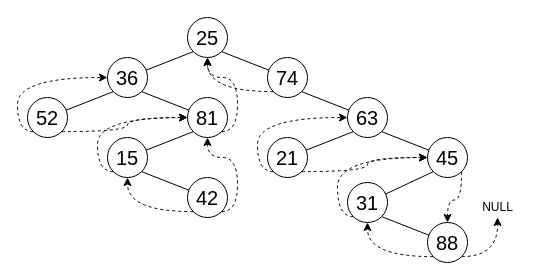
Before: Pics/0602.drawio in m66rk9t/algorithms, a draw.io diagram. Source tidied: cells renumbered, new cells numbered last; positions are measured from the earlier drawing's top-left corner, leaving out a move shared by most shapes. Both pictures are drawn from the tidied source at 100%, with x=0, y=0 at pixel (17, 17).
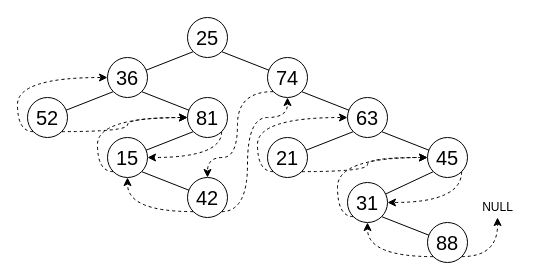
Above is the later version.

The change refers to these unchanged cells:
```xml
<mxCell id="4" value="25" style="ellipse;whiteSpace=wrap;html=1;fontSize=20;" parent="1" vertex="1">
  <mxGeometry x="170" width="40" height="40" as="geometry" />
</mxCell>
<mxCell id="10" value="74" style="ellipse;whiteSpace=wrap;html=1;fontSize=20;" parent="1" vertex="1">
  <mxGeometry x="250" y="40" width="40" height="40" as="geometry" />
</mxCell>
<mxCell id="16" value="81" style="ellipse;whiteSpace=wrap;html=1;fontSize=20;" parent="1" vertex="1">
  <mxGeometry x="170" y="80" width="40" height="40" as="geometry" />
</mxCell>
<mxCell id="19" value="15" style="ellipse;whiteSpace=wrap;html=1;fontSize=20;" parent="1" vertex="1">
  <mxGeometry x="90" y="120" width="40" height="40" as="geometry" />
</mxCell>
<mxCell id="22" value="42" style="ellipse;whiteSpace=wrap;html=1;fontSize=20;" parent="1" vertex="1">
  <mxGeometry x="170" y="160" width="40" height="40" as="geometry" />
</mxCell>
<mxCell id="28" value="45" style="ellipse;whiteSpace=wrap;html=1;fontSize=20;" parent="1" vertex="1">
  <mxGeometry x="410" y="120" width="40" height="40" as="geometry" />
</mxCell>
<mxCell id="31" value="21" style="ellipse;whiteSpace=wrap;html=1;fontSize=20;" parent="1" vertex="1">
  <mxGeometry x="250" y="120" width="40" height="40" as="geometry" />
</mxCell>
<mxCell id="34" value="31" style="ellipse;whiteSpace=wrap;html=1;fontSize=20;" parent="1" vertex="1">
  <mxGeometry x="330" y="165" width="40" height="40" as="geometry" />
</mxCell>
<mxCell id="37" value="88" style="ellipse;whiteSpace=wrap;html=1;fontSize=20;" parent="1" vertex="1">
  <mxGeometry x="410" y="205" width="40" height="40" as="geometry" />
</mxCell>
```

Diff of the diagram source:
```diff
@@
-    <mxCell id="9" style="edgeStyle=orthogonalEdgeStyle;curved=1;rounded=0;jettySize=auto;html=1;exitX=0;exitY=1;exitDx=0;exitDy=0;entryX=0.5;entryY=1;entryDx=0;entryDy=0;dashed=1;" parent="1" edge="1" source="10" target="4">
-      <mxGeometry relative="1" as="geometry" />
-    </mxCell>
+    <mxCell id="39" style="edgeStyle=orthogonalEdgeStyle;curved=1;rounded=0;jettySize=auto;html=1;exitX=0;exitY=1;exitDx=0;exitDy=0;entryX=0.5;entryY=0;entryDx=0;entryDy=0;dashed=1;" parent="1" edge="1" source="10" target="22">
+      <mxGeometry relative="1" as="geometry">
+        <Array as="points">
+          <mxPoint x="220" y="74" />
+          <mxPoint x="220" y="140" />
+          <mxPoint x="190" y="140" />
+        </Array>
+      </mxGeometry>
+    </mxCell>
@@
-    <mxCell id="15" style="edgeStyle=orthogonalEdgeStyle;curved=1;rounded=0;jettySize=auto;html=1;exitX=1;exitY=1;exitDx=0;exitDy=0;entryX=0.5;entryY=1;entryDx=0;entryDy=0;dashed=1;" parent="1" edge="1" source="16" target="4">
-      <mxGeometry relative="1" as="geometry">
-        <Array as="points">
-          <mxPoint x="220" y="114" />
-          <mxPoint x="220" y="60" />
-          <mxPoint x="190" y="60" />
-        </Array>
-      </mxGeometry>
-    </mxCell>
+    <mxCell id="40" style="edgeStyle=orthogonalEdgeStyle;curved=1;rounded=0;jettySize=auto;html=1;exitX=1;exitY=1;exitDx=0;exitDy=0;dashed=1;" parent="1" edge="1" source="16" target="19">
+      <mxGeometry relative="1" as="geometry">
+        <Array as="points">
+          <mxPoint x="204" y="140" />
+        </Array>
+      </mxGeometry>
+    </mxCell>
@@
-    <mxCell id="21" style="edgeStyle=orthogonalEdgeStyle;curved=1;rounded=0;jettySize=auto;html=1;exitX=1;exitY=1;exitDx=0;exitDy=0;entryX=0.5;entryY=1;entryDx=0;entryDy=0;dashed=1;" parent="1" edge="1" source="22" target="16">
-      <mxGeometry relative="1" as="geometry">
-        <Array as="points">
-          <mxPoint x="220" y="194" />
-          <mxPoint x="220" y="140" />
-          <mxPoint x="190" y="140" />
-        </Array>
-      </mxGeometry>
-    </mxCell>
+    <mxCell id="41" style="rounded=0;jettySize=auto;html=1;exitX=1;exitY=1;exitDx=0;exitDy=0;edgeStyle=orthogonalEdgeStyle;curved=1;dashed=1;entryX=0.5;entryY=1;entryDx=0;entryDy=0;" parent="1" edge="1" source="22" target="10">
+      <mxGeometry relative="1" as="geometry">
+        <Array as="points">
+          <mxPoint x="230" y="194" />
+          <mxPoint x="230" y="100" />
+          <mxPoint x="270" y="100" />
+        </Array>
+      </mxGeometry>
+    </mxCell>
@@
-    <mxCell id="27" style="edgeStyle=orthogonalEdgeStyle;curved=1;rounded=0;jettySize=auto;html=1;exitX=1;exitY=1;exitDx=0;exitDy=0;entryX=0.5;entryY=0;entryDx=0;entryDy=0;dashed=1;" parent="1" edge="1" source="28" target="37">
-      <mxGeometry relative="1" as="geometry" />
-    </mxCell>
+    <mxCell id="42" style="edgeStyle=orthogonalEdgeStyle;curved=1;rounded=0;jettySize=auto;html=1;exitX=1;exitY=1;exitDx=0;exitDy=0;entryX=1;entryY=0.5;entryDx=0;entryDy=0;dashed=1;" parent="1" edge="1" source="28" target="34">
+      <mxGeometry relative="1" as="geometry">
+        <Array as="points">
+          <mxPoint x="444" y="185" />
+        </Array>
+      </mxGeometry>
+    </mxCell>
@@
     <mxCell id="30" style="edgeStyle=orthogonalEdgeStyle;curved=1;rounded=0;jettySize=auto;html=1;exitX=1;exitY=1;exitDx=0;exitDy=0;entryX=0;entryY=0.5;entryDx=0;entryDy=0;dashed=1;" parent="1" edge="1" source="31" target="28">
-      <mxGeometry relative="1" as="geometry" />
+      <mxGeometry relative="1" as="geometry">
+        <Array as="points">
+          <mxPoint x="350" y="154" />
+          <mxPoint x="350" y="140" />
+        </Array>
+      </mxGeometry>
     </mxCell>
```
